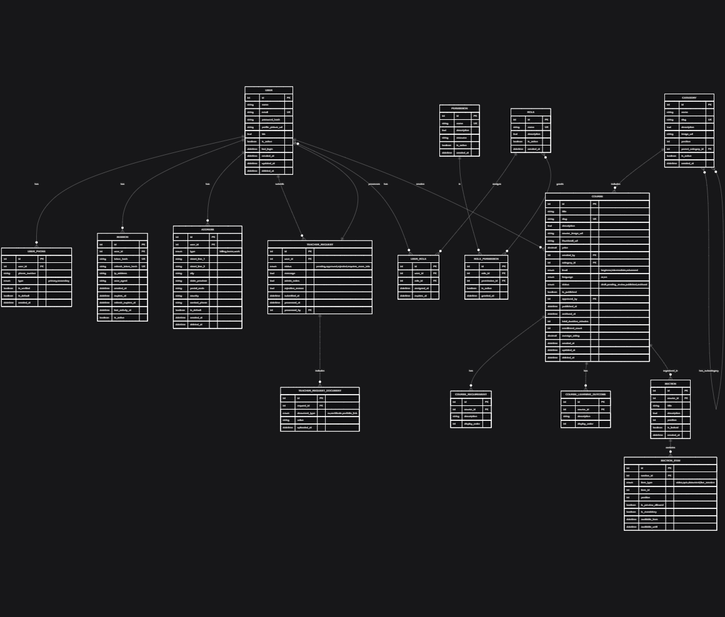
Before: ERD/Logical ERD User & Course.png, a diagram exported from Mermaid (A7MED-SA/FinalProject_BackEnd). Its source is kept beside it as ERD/Logical ERD User & Course.mmd.
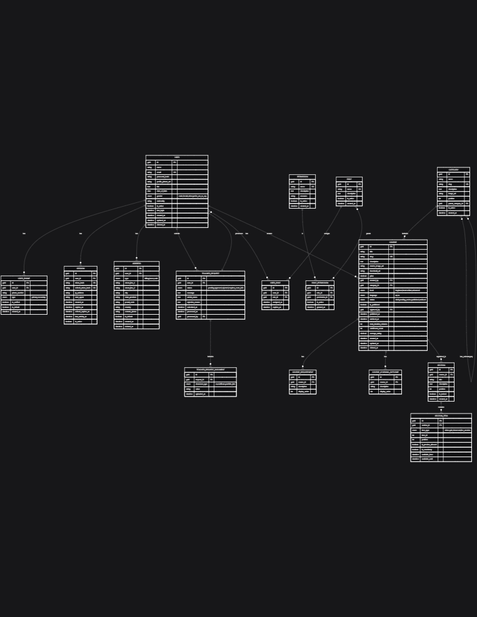
After the change.

The edit, as a diff of the source:
```diff
@@ -6,6 +6,9 @@
         string password_hash
         string profile_picture_url
         text bio
+        date date_of_birth
+        enum gender "male,female,other,prefer_not_to_say"
+        string nationality
         boolean is_active
         datetime last_login
         datetime created_at
@@ -171,7 +174,7 @@
         guid id PK
         guid section_id FK
         enum item_type "video,quiz,document,live_session"
-        int item_id
+        guid item_id
         int position
         boolean is_preview_allowed
         boolean is_mandatory
```
